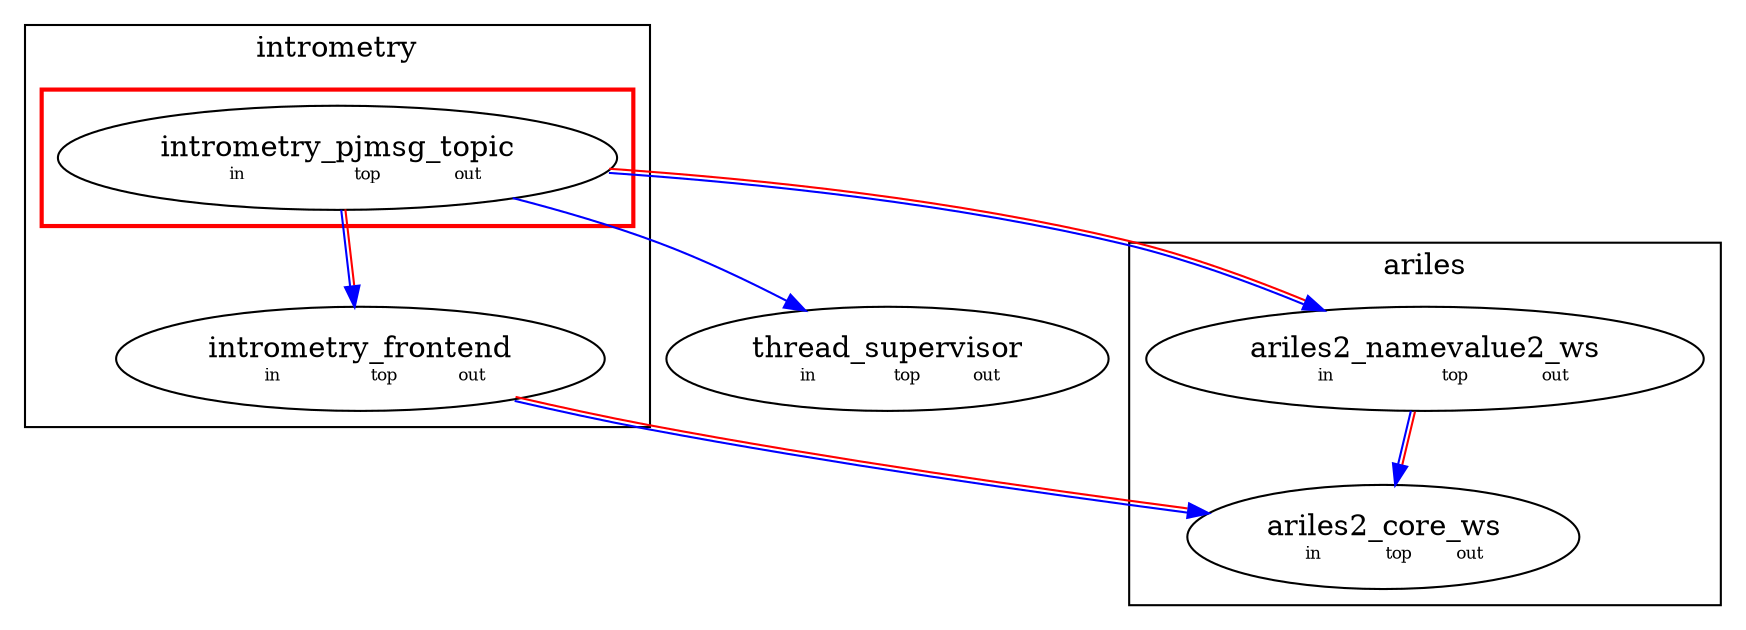
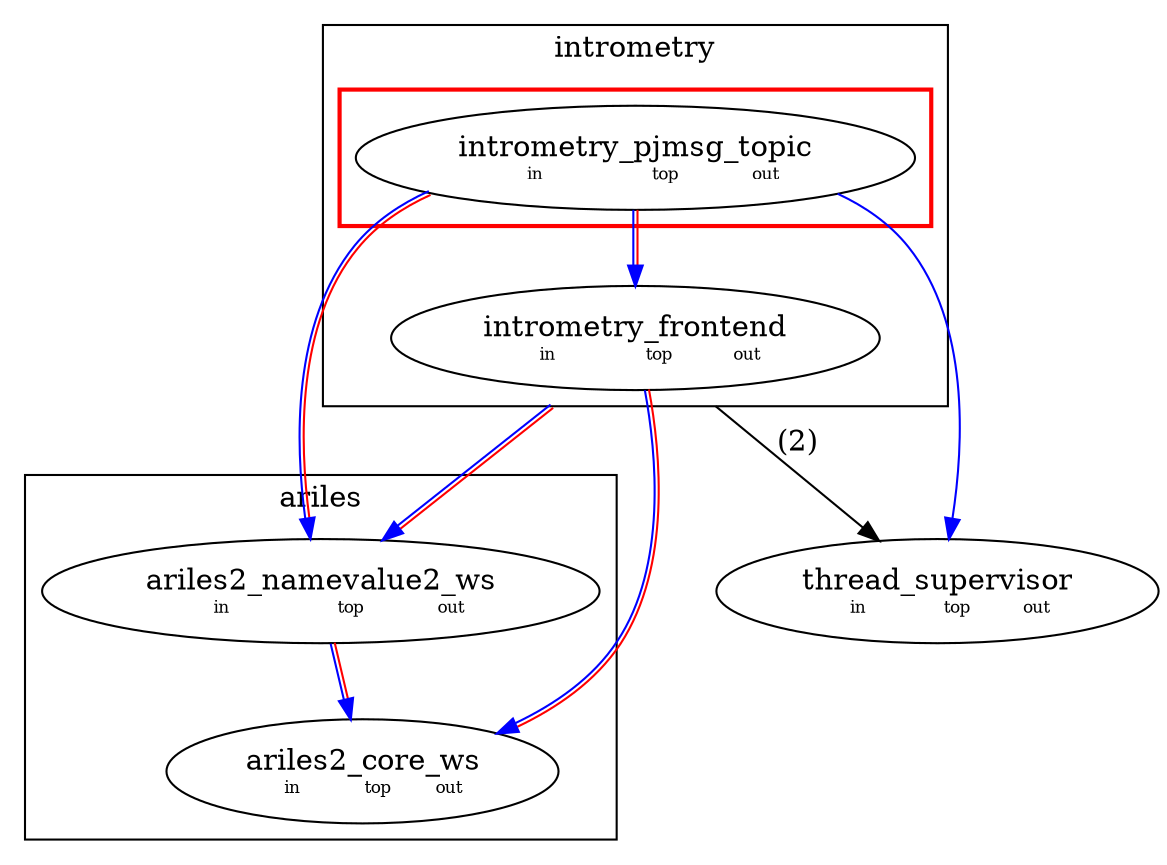
digraph packages_intrometry_pjmsg_topic_recursive_out {
compound=true;

+ subgraph cluster_3 {
+ label="ariles";
+ cluster=true;
+ "cluster_3.ariles2_namevalue2_ws" [label=<<table border="0" cellspacing="1" cellpadding="0" title="ariles2_namevalue2_ws"><tr><td colspan="3">ariles2_namevalue2_ws</td></tr><tr><td href="packages_ariles2_namevalue2_ws_recursive_in.svg"><font point-size="8">in</font></td><td href="packages.svg"><font point-size="8">top</font></td><td href="packages_ariles2_namevalue2_ws_recursive_out.svg"><font point-size="8">out</font></td></tr></table>>];
+ "cluster_3.ariles2_core_ws" [label=<<table border="0" cellspacing="1" cellpadding="0" title="ariles2_core_ws"><tr><td colspan="3">ariles2_core_ws</td></tr><tr><td href="packages_ariles2_core_ws_recursive_in.svg"><font point-size="8">in</font></td><td href="packages.svg"><font point-size="8">top</font></td><td href="packages_ariles2_core_ws_recursive_out.svg"><font point-size="8">out</font></td></tr></table>>];
+ }
+ thread_supervisor [label=<<table border="0" cellspacing="1" cellpadding="0" title="thread_supervisor"><tr><td colspan="3">thread_supervisor</td></tr><tr><td href="packages_thread_supervisor_recursive_in.svg"><font point-size="8">in</font></td><td href="packages.svg"><font point-size="8">top</font></td><td href="packages_thread_supervisor_recursive_out.svg"><font point-size="8">out</font></td></tr></table>>];
subgraph cluster_0 {
label="intrometry";
cluster=true;
+ "cluster_0.intrometry_frontend" [label=<<table border="0" cellspacing="1" cellpadding="0" title="intrometry_frontend"><tr><td colspan="3">intrometry_frontend</td></tr><tr><td href="packages_intrometry_frontend_recursive_in.svg"><font point-size="8">in</font></td><td href="packages.svg"><font point-size="8">top</font></td><td href="packages_intrometry_frontend_recursive_out.svg"><font point-size="8">out</font></td></tr></table>>];
subgraph "cluster_0.packages_intrometry_pjmsg_topic_recursive_out_highlight_scope" {
shape=rectangle;
color=red;
penwidth=2;
label="";
cluster=true;
"cluster_0.packages_intrometry_pjmsg_topic_recursive_out_highlight_scope.intrometry_pjmsg_topic" [label=<<table border="0" cellspacing="1" cellpadding="0" title="intrometry_pjmsg_topic"><tr><td colspan="3">intrometry_pjmsg_topic</td></tr><tr><td href="packages_intrometry_pjmsg_topic_recursive_in.svg"><font point-size="8">in</font></td><td href="packages.svg"><font point-size="8">top</font></td><td href="packages_intrometry_pjmsg_topic_recursive_out.svg"><font point-size="8">out</font></td></tr></table>>];
}
- "cluster_0.intrometry_frontend" [label=<<table border="0" cellspacing="1" cellpadding="0" title="intrometry_frontend"><tr><td colspan="3">intrometry_frontend</td></tr><tr><td href="packages_intrometry_frontend_recursive_in.svg"><font point-size="8">in</font></td><td href="packages.svg"><font point-size="8">top</font></td><td href="packages_intrometry_frontend_recursive_out.svg"><font point-size="8">out</font></td></tr></table>>];
}
- thread_supervisor [label=<<table border="0" cellspacing="1" cellpadding="0" title="thread_supervisor"><tr><td colspan="3">thread_supervisor</td></tr><tr><td href="packages_thread_supervisor_recursive_in.svg"><font point-size="8">in</font></td><td href="packages.svg"><font point-size="8">top</font></td><td href="packages_thread_supervisor_recursive_out.svg"><font point-size="8">out</font></td></tr></table>>];
- subgraph cluster_3 {
- label="ariles";
- cluster=true;
- "cluster_3.ariles2_namevalue2_ws" [label=<<table border="0" cellspacing="1" cellpadding="0" title="ariles2_namevalue2_ws"><tr><td colspan="3">ariles2_namevalue2_ws</td></tr><tr><td href="packages_ariles2_namevalue2_ws_recursive_in.svg"><font point-size="8">in</font></td><td href="packages.svg"><font point-size="8">top</font></td><td href="packages_ariles2_namevalue2_ws_recursive_out.svg"><font point-size="8">out</font></td></tr></table>>];
- "cluster_3.ariles2_core_ws" [label=<<table border="0" cellspacing="1" cellpadding="0" title="ariles2_core_ws"><tr><td colspan="3">ariles2_core_ws</td></tr><tr><td href="packages_ariles2_core_ws_recursive_in.svg"><font point-size="8">in</font></td><td href="packages.svg"><font point-size="8">top</font></td><td href="packages_ariles2_core_ws_recursive_out.svg"><font point-size="8">out</font></td></tr></table>>];
+ "cluster_0.packages_intrometry_pjmsg_topic_recursive_out_highlight_scope.intrometry_pjmsg_topic" -> thread_supervisor [color="#0000ff"];
+ "cluster_0.packages_intrometry_pjmsg_topic_recursive_out_highlight_scope.intrometry_pjmsg_topic" -> "cluster_3.ariles2_namevalue2_ws" [color="#0000ff:#ff0000"];
+ "cluster_0.packages_intrometry_pjmsg_topic_recursive_out_highlight_scope.intrometry_pjmsg_topic" -> "cluster_0.intrometry_frontend" [color="#0000ff:#ff0000"];
+ "cluster_3.ariles2_namevalue2_ws" -> "cluster_3.ariles2_core_ws" [color="#0000ff:#ff0000"];
+ "cluster_0.intrometry_frontend" -> "cluster_3.ariles2_core_ws" [color="#0000ff:#ff0000"];
+ "cluster_0.intrometry_frontend" -> "cluster_3.ariles2_namevalue2_ws" [color="#0000ff:#ff0000", ltail="cluster_0", tailclip=false];
+ "cluster_0.intrometry_frontend" -> thread_supervisor [ltail="cluster_0", tailclip=false, label="(2)"];
}
- "cluster_0.intrometry_frontend" -> "cluster_3.ariles2_core_ws" [color="#0000ff:#ff0000"];
- "cluster_0.packages_intrometry_pjmsg_topic_recursive_out_highlight_scope.intrometry_pjmsg_topic" -> "cluster_0.intrometry_frontend" [color="#0000ff:#ff0000"];
- "cluster_0.packages_intrometry_pjmsg_topic_recursive_out_highlight_scope.intrometry_pjmsg_topic" -> "cluster_3.ariles2_namevalue2_ws" [color="#0000ff:#ff0000"];
- "cluster_0.packages_intrometry_pjmsg_topic_recursive_out_highlight_scope.intrometry_pjmsg_topic" -> thread_supervisor [color="#0000ff"];
- "cluster_3.ariles2_namevalue2_ws" -> "cluster_3.ariles2_core_ws" [color="#0000ff:#ff0000"];
- }
